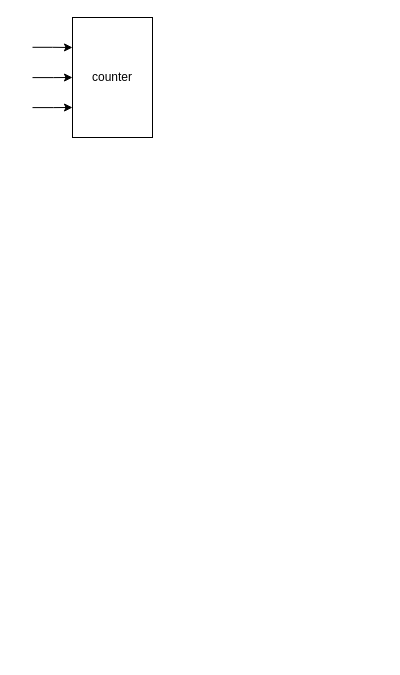
Before: convCSDtoASD.drawio in Nsphong1178/convertASDrepresentative, a draw.io diagram. Source tidied: cells renumbered, new cells numbered last; positions are measured from the earlier drawing's top-left corner, leaving out a move shared by most shapes. Both pictures are drawn from the tidied source at 100%, with x=0, y=0 at pixel (32, 17).
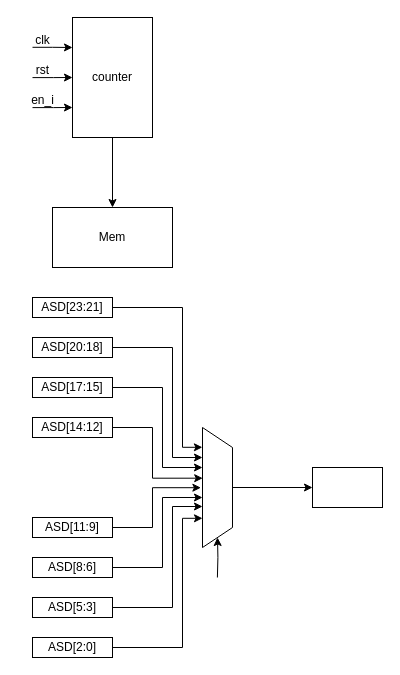
After the change.

The change refers to these unchanged cells:
```xml
<mxCell id="5" value="counter" style="rounded=0;whiteSpace=wrap;html=1;direction=south;" parent="1" vertex="1">
  <mxGeometry x="40" width="80" height="120" as="geometry" />
</mxCell>
```

What changed in the source:
```diff
@@
+    <mxCell id="6" style="edgeStyle=orthogonalEdgeStyle;rounded=0;jettySize=auto;html=1;exitX=1;exitY=0.5;exitDx=0;exitDy=0;entryX=0.5;entryY=0;entryDx=0;entryDy=0;" parent="1" edge="1" source="5" target="10">
+      <mxGeometry relative="1" as="geometry" />
+    </mxCell>
@@
+    <mxCell id="7" value="clk" style="text;html=1;align=center;verticalAlign=middle;strokeColor=none;fillColor=none;" parent="1" vertex="1">
+      <mxGeometry x="-10" y="8" width="40" height="30" as="geometry" />
+    </mxCell>
+    <mxCell id="8" value="rst" style="text;html=1;align=center;verticalAlign=middle;strokeColor=none;fillColor=none;" parent="1" vertex="1">
+      <mxGeometry x="-10" y="38" width="40" height="30" as="geometry" />
+    </mxCell>
+    <mxCell id="9" value="en_i" style="text;html=1;align=center;verticalAlign=middle;strokeColor=none;fillColor=none;" parent="1" vertex="1">
+      <mxGeometry x="-15" y="68" width="50" height="30" as="geometry" />
+    </mxCell>
+    <mxCell id="10" value="Mem" style="rounded=0;whiteSpace=wrap;html=1;" parent="1" vertex="1">
+      <mxGeometry x="20" y="190" width="120" height="60" as="geometry" />
+    </mxCell>
+    <mxCell id="11" value="ASD[23:21]" style="rounded=0;whiteSpace=wrap;html=1;" parent="1" vertex="1">
+      <mxGeometry y="280" width="80" height="20" as="geometry" />
+    </mxCell>
+    <mxCell id="12" style="edgeStyle=orthogonalEdgeStyle;rounded=0;jettySize=auto;html=1;exitX=1;exitY=0.5;exitDx=0;exitDy=0;entryX=0.167;entryY=1.001;entryDx=0;entryDy=0;entryPerimeter=0;" parent="1" edge="1" source="13">
+      <mxGeometry relative="1" as="geometry">
+        <mxPoint x="170" y="440" as="targetPoint" />
+        <Array as="points">
+          <mxPoint x="140" y="330" />
+          <mxPoint x="140" y="440" />
+        </Array>
+      </mxGeometry>
+    </mxCell>
+    <mxCell id="13" value="ASD[20:18]" style="rounded=0;whiteSpace=wrap;html=1;" parent="1" vertex="1">
+      <mxGeometry y="320" width="80" height="20" as="geometry" />
+    </mxCell>
+    <mxCell id="14" value="ASD[17:15]" style="rounded=0;whiteSpace=wrap;html=1;" parent="1" vertex="1">
+      <mxGeometry y="360" width="80" height="20" as="geometry" />
+    </mxCell>
+    <mxCell id="15" value="ASD[14:12]" style="rounded=0;whiteSpace=wrap;html=1;" parent="1" vertex="1">
+      <mxGeometry y="400" width="80" height="20" as="geometry" />
+    </mxCell>
+    <mxCell id="16" value="ASD[11:9]" style="rounded=0;whiteSpace=wrap;html=1;" parent="1" vertex="1">
+      <mxGeometry y="500" width="80" height="20" as="geometry" />
+    </mxCell>
+    <mxCell id="17" style="edgeStyle=orthogonalEdgeStyle;rounded=0;jettySize=auto;html=1;exitX=1;exitY=0.5;exitDx=0;exitDy=0;entryX=0.5;entryY=1;entryDx=0;entryDy=0;" parent="1" edge="1" source="18">
+      <mxGeometry relative="1" as="geometry">
+        <mxPoint x="170" y="480" as="targetPoint" />
+        <Array as="points">
+          <mxPoint x="130" y="550" />
+          <mxPoint x="130" y="480" />
+        </Array>
+      </mxGeometry>
+    </mxCell>
+    <mxCell id="18" value="ASD[8:6]" style="rounded=0;whiteSpace=wrap;html=1;" parent="1" vertex="1">
+      <mxGeometry y="540" width="80" height="20" as="geometry" />
+    </mxCell>
+    <mxCell id="19" value="ASD[5:3]" style="rounded=0;whiteSpace=wrap;html=1;" parent="1" vertex="1">
+      <mxGeometry y="580" width="80" height="20" as="geometry" />
+    </mxCell>
+    <mxCell id="20" value="ASD[2:0]" style="rounded=0;whiteSpace=wrap;html=1;" parent="1" vertex="1">
+      <mxGeometry y="620" width="80" height="20" as="geometry" />
+    </mxCell>
+    <mxCell id="21" style="edgeStyle=orthogonalEdgeStyle;rounded=0;jettySize=auto;html=1;exitX=1;exitY=0.5;exitDx=0;exitDy=0;entryX=0.082;entryY=1.002;entryDx=0;entryDy=0;entryPerimeter=0;" parent="1" edge="1" source="11">
+      <mxGeometry relative="1" as="geometry">
+        <mxPoint x="169.9" y="429.8" as="targetPoint" />
+        <Array as="points">
+          <mxPoint x="150" y="290" />
+          <mxPoint x="150" y="430" />
+        </Array>
+      </mxGeometry>
+    </mxCell>
+    <mxCell id="22" style="edgeStyle=orthogonalEdgeStyle;rounded=0;jettySize=auto;html=1;exitX=1;exitY=0.5;exitDx=0;exitDy=0;entryX=0.25;entryY=1;entryDx=0;entryDy=0;" parent="1" edge="1" source="14">
+      <mxGeometry relative="1" as="geometry">
+        <mxPoint x="170" y="450" as="targetPoint" />
+        <Array as="points">
+          <mxPoint x="130" y="370" />
+          <mxPoint x="130" y="450" />
+        </Array>
+      </mxGeometry>
+    </mxCell>
+    <mxCell id="23" style="edgeStyle=orthogonalEdgeStyle;rounded=0;jettySize=auto;html=1;exitX=1;exitY=0.5;exitDx=0;exitDy=0;entryX=0.339;entryY=0.993;entryDx=0;entryDy=0;entryPerimeter=0;" parent="1" edge="1" source="15">
+      <mxGeometry relative="1" as="geometry">
+        <mxPoint x="170.2" y="460.7" as="targetPoint" />
+        <Array as="points">
+          <mxPoint x="120" y="410" />
+          <mxPoint x="120" y="461" />
+        </Array>
+      </mxGeometry>
+    </mxCell>
+    <mxCell id="24" style="edgeStyle=orthogonalEdgeStyle;rounded=0;jettySize=auto;html=1;exitX=1;exitY=0.5;exitDx=0;exitDy=0;entryX=0.418;entryY=1.053;entryDx=0;entryDy=0;entryPerimeter=0;" parent="1" edge="1" source="16">
+      <mxGeometry relative="1" as="geometry">
+        <mxPoint x="168.4" y="470.2" as="targetPoint" />
+        <Array as="points">
+          <mxPoint x="120" y="510" />
+          <mxPoint x="120" y="470" />
+        </Array>
+      </mxGeometry>
+    </mxCell>
+    <mxCell id="25" style="edgeStyle=orthogonalEdgeStyle;rounded=0;jettySize=auto;html=1;exitX=1;exitY=0.5;exitDx=0;exitDy=0;entryX=0.575;entryY=1;entryDx=0;entryDy=0;entryPerimeter=0;" parent="1" edge="1" source="19">
+      <mxGeometry relative="1" as="geometry">
+        <mxPoint x="170" y="489" as="targetPoint" />
+        <Array as="points">
+          <mxPoint x="140" y="590" />
+          <mxPoint x="140" y="489" />
+        </Array>
+      </mxGeometry>
+    </mxCell>
+    <mxCell id="26" style="edgeStyle=orthogonalEdgeStyle;rounded=0;jettySize=auto;html=1;exitX=1;exitY=0.5;exitDx=0;exitDy=0;entryX=0.673;entryY=1;entryDx=0;entryDy=0;entryPerimeter=0;" parent="1" edge="1" source="20">
+      <mxGeometry relative="1" as="geometry">
+        <mxPoint x="170" y="500.8" as="targetPoint" />
+        <Array as="points">
+          <mxPoint x="150" y="630" />
+          <mxPoint x="150" y="501" />
+        </Array>
+      </mxGeometry>
+    </mxCell>
+    <mxCell id="27" style="edgeStyle=orthogonalEdgeStyle;rounded=0;jettySize=auto;html=1;exitX=1;exitY=0.5;exitDx=0;exitDy=0;entryX=1;entryY=0.5;entryDx=0;entryDy=0;" parent="1" edge="1" target="29">
+      <mxGeometry relative="1" as="geometry">
+        <mxPoint x="184.9" y="560" as="sourcePoint" />
+      </mxGeometry>
+    </mxCell>
+    <mxCell id="28" style="edgeStyle=orthogonalEdgeStyle;rounded=0;jettySize=auto;html=1;exitX=0.5;exitY=0;exitDx=0;exitDy=0;" parent="1" edge="1" source="29" target="30">
+      <mxGeometry relative="1" as="geometry" />
+    </mxCell>
+    <mxCell id="29" style="shape=trapezoid;perimeter=trapezoidPerimeter;whiteSpace=wrap;html=1;fixedSize=1;direction=south;" parent="1" vertex="1">
+      <mxGeometry x="170" y="410" width="30" height="120" as="geometry" />
+    </mxCell>
+    <mxCell id="30" style="rounded=0;whiteSpace=wrap;html=1;" parent="1" vertex="1">
+      <mxGeometry x="280" y="450" width="70" height="40" as="geometry" />
+    </mxCell>
```
